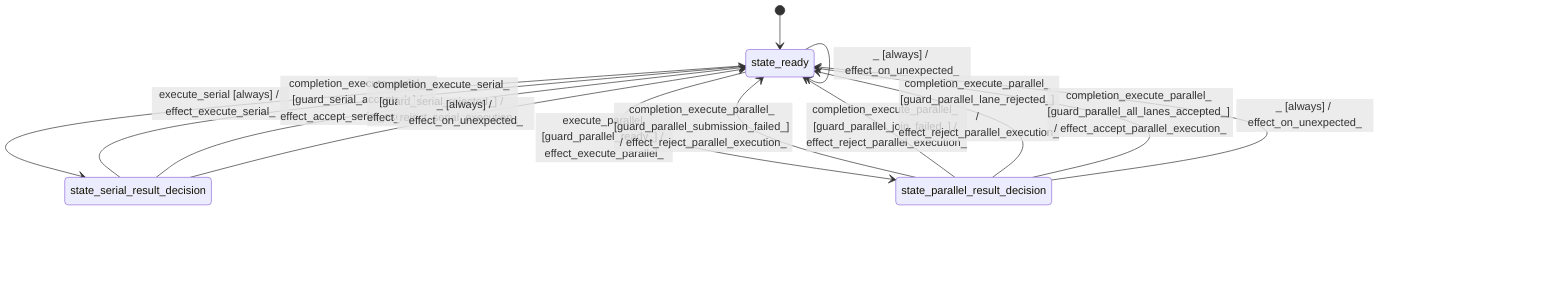
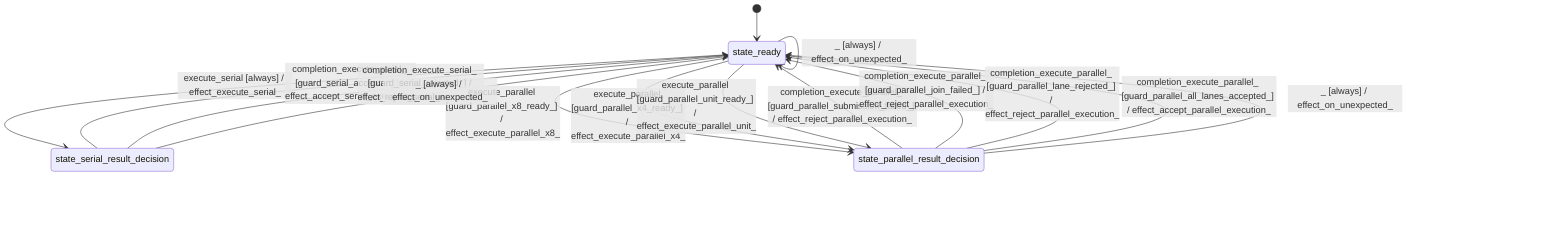
stateDiagram-v2
  direction TB
  [*] --> state_ready
  state_ready --> state_ready : configure_kernel_kind [always] / effect_configure_kernel_kind_
  state_ready --> state_serial_result_decision : execute_serial [always] / effect_execute_serial_
  state_serial_result_decision --> state_ready : completion_execute_serial_ [guard_serial_accepted_] / effect_accept_serial_execution_
  state_serial_result_decision --> state_ready : completion_execute_serial_ [guard_serial_rejected_] / effect_reject_serial_execution_
-   state_ready --> state_parallel_result_decision : execute_parallel [guard_parallel_ready_] / effect_execute_parallel_
+   state_ready --> state_parallel_result_decision : execute_parallel [guard_parallel_x8_ready_] / effect_execute_parallel_x8_
+   state_ready --> state_parallel_result_decision : execute_parallel [guard_parallel_x4_ready_] / effect_execute_parallel_x4_
+   state_ready --> state_parallel_result_decision : execute_parallel [guard_parallel_unit_ready_] / effect_execute_parallel_unit_
  state_ready --> state_ready : execute_parallel [guard_parallel_unavailable_] / effect_reject_parallel_execution_
  state_parallel_result_decision --> state_ready : completion_execute_parallel_ [guard_parallel_submission_failed_] / effect_reject_parallel_execution_
  state_parallel_result_decision --> state_ready : completion_execute_parallel_ [guard_parallel_join_failed_] / effect_reject_parallel_execution_
  state_parallel_result_decision --> state_ready : completion_execute_parallel_ [guard_parallel_lane_rejected_] / effect_reject_parallel_execution_
  state_parallel_result_decision --> state_ready : completion_execute_parallel_ [guard_parallel_all_lanes_accepted_] / effect_accept_parallel_execution_
  state_ready --> state_ready : _ [always] / effect_on_unexpected_
  state_serial_result_decision --> state_ready : _ [always] / effect_on_unexpected_
  state_parallel_result_decision --> state_ready : _ [always] / effect_on_unexpected_
